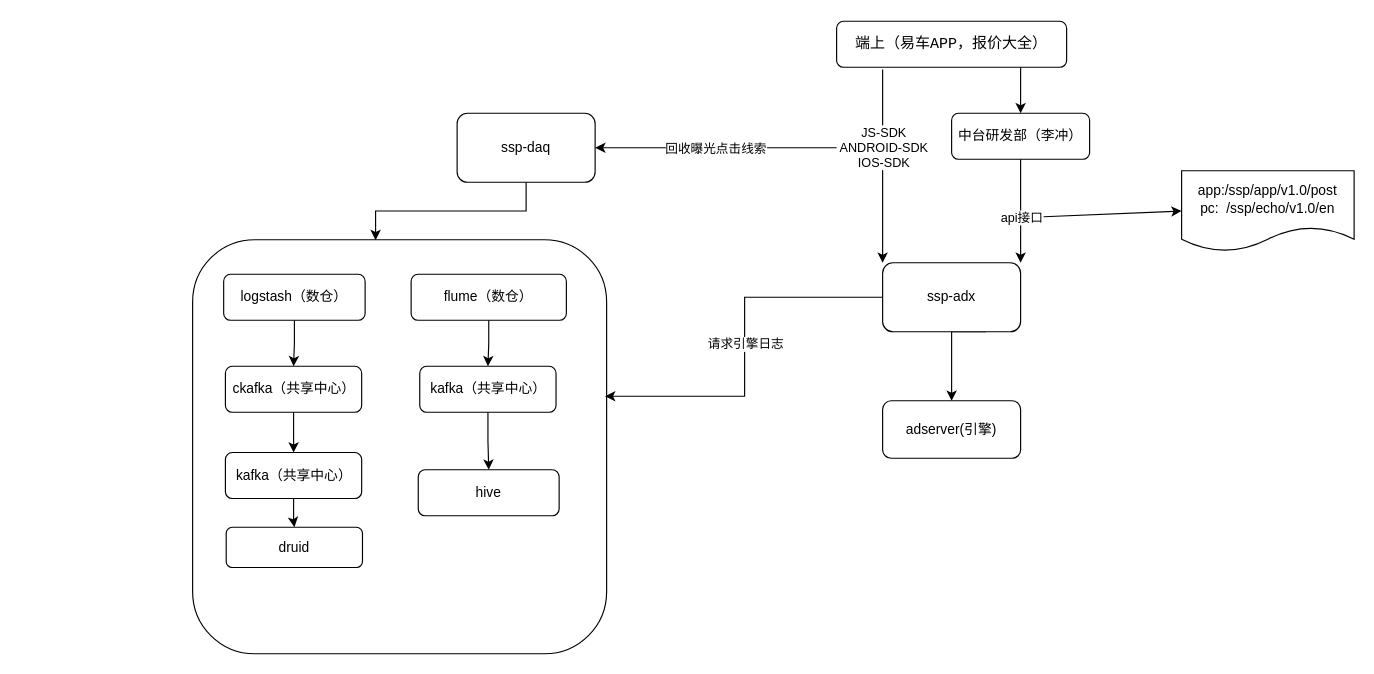
This is Untitled Diagram.drawio from huankong/processon, a draw.io file, before an edit. Source tidied: cells renumbered, new cells numbered last; positions are measured from the earlier drawing's top-left corner, leaving out a move shared by most shapes. Both pictures are drawn from the tidied source at 115%, with x=0, y=0 at pixel (192, 21).
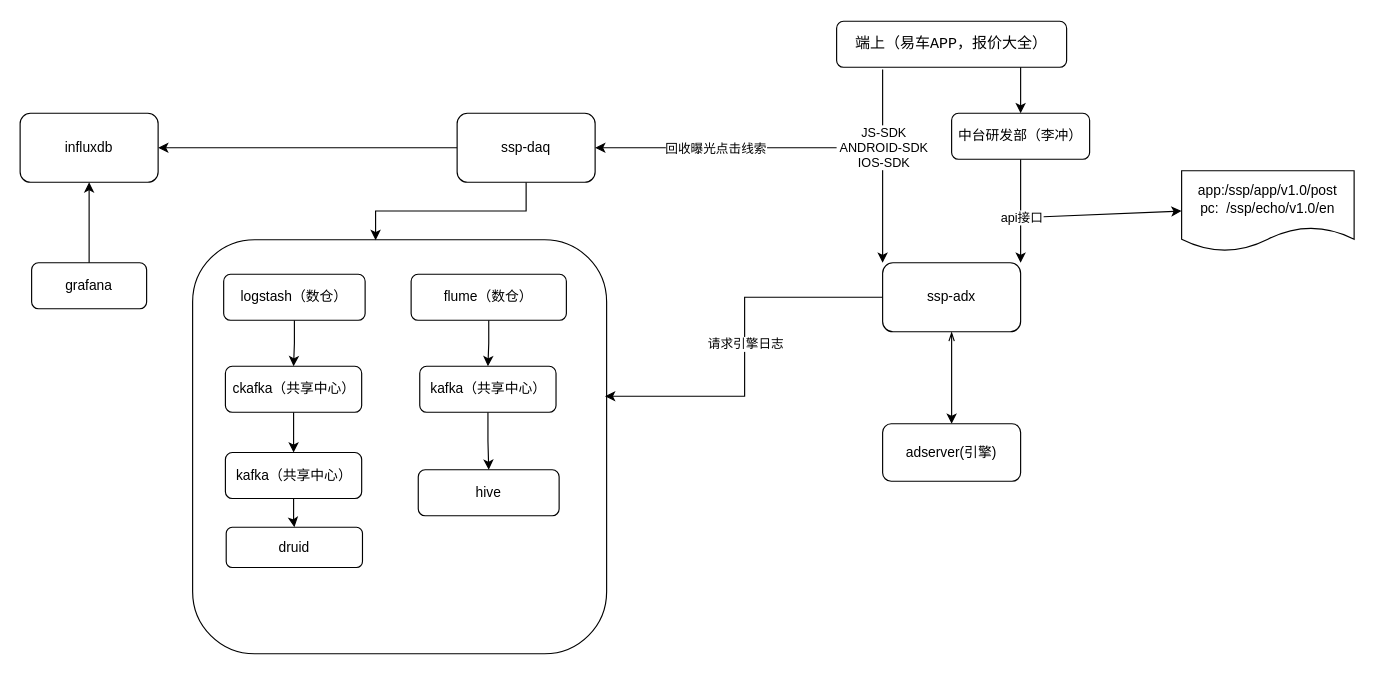
The same diagram, later.

Unchanged cells that the change refers to:
```xml
<mxCell id="9" value="ssp-adx" style="whiteSpace=wrap;html=1;rounded=1;" parent="1" vertex="1">
  <mxGeometry x="600" y="210" width="120" height="60" as="geometry" />
</mxCell>
<mxCell id="17" value="ssp-daq" style="whiteSpace=wrap;html=1;rounded=1;" parent="1" vertex="1">
  <mxGeometry x="230" y="80" width="120" height="60" as="geometry" />
</mxCell>
```

Diff of the diagram source:
```diff
@@
-    <mxCell id="8" style="edgeStyle=orthogonalEdgeStyle;rounded=0;jettySize=auto;html=1;exitX=0.75;exitY=1;exitDx=0;exitDy=0;" parent="1" edge="1" source="9" target="28">
-      <mxGeometry relative="1" as="geometry">
-        <Array as="points">
-          <mxPoint x="660" y="270" />
-        </Array>
-      </mxGeometry>
+    <mxCell id="8" style="edgeStyle=orthogonalEdgeStyle;rounded=0;jettySize=auto;html=1;entryX=0.5;entryY=0;entryDx=0;entryDy=0;startArrow=openThin;startFill=0;" parent="1" edge="1" source="9" target="28">
+      <mxGeometry relative="1" as="geometry" />
     </mxCell>
@@
+    <mxCell id="33" style="edgeStyle=orthogonalEdgeStyle;rounded=0;jettySize=auto;html=1;startArrow=none;startFill=0;" parent="1" edge="1" source="17" target="36">
+      <mxGeometry relative="1" as="geometry" />
+    </mxCell>
@@
     <mxCell id="28" value="adserver(引擎)" style="whiteSpace=wrap;html=1;rounded=1;" parent="1" vertex="1">
-      <mxGeometry x="600" y="330" width="120" height="50" as="geometry" />
+      <mxGeometry x="600" y="350" width="120" height="50" as="geometry" />
     </mxCell>
@@
+    <mxCell id="34" style="edgeStyle=orthogonalEdgeStyle;rounded=0;jettySize=auto;html=1;startArrow=none;startFill=0;" parent="1" edge="1" source="35" target="36">
+      <mxGeometry relative="1" as="geometry" />
+    </mxCell>
+    <mxCell id="35" value="grafana" style="rounded=1;whiteSpace=wrap;html=1;fillColor=none;" parent="1" vertex="1">
+      <mxGeometry x="-140" y="210" width="100" height="40" as="geometry" />
+    </mxCell>
+    <mxCell id="36" value="influxdb" style="whiteSpace=wrap;html=1;rounded=1;" parent="1" vertex="1">
+      <mxGeometry x="-150" y="80" width="120" height="60" as="geometry" />
+    </mxCell>
```
